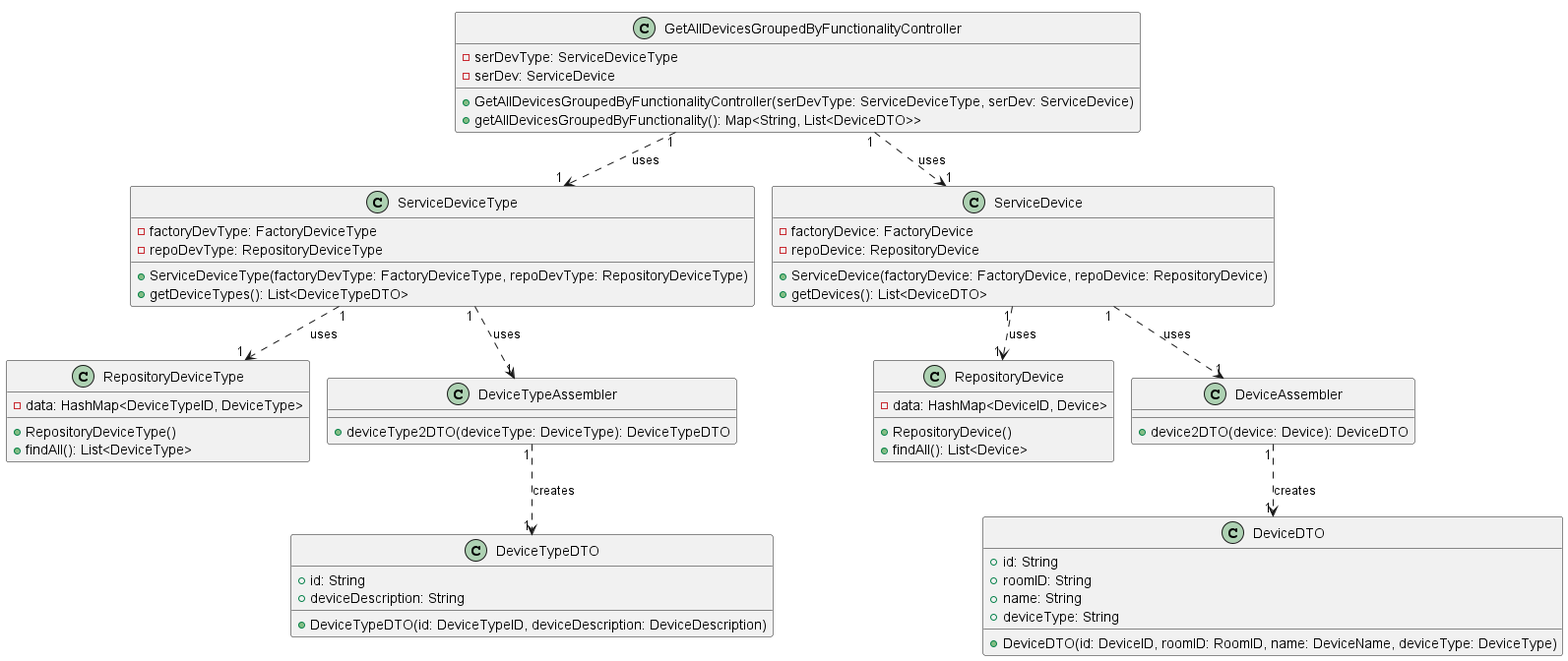
This is docs/ood/classDiagram/US09GetAllDevicesGroupedByFunctionality.png from olivDiogo/SmartHome, a PlantUML export, as it was before one commit. Its diagram source:
```plantuml
@startuml
!pragma layout smetana

class GetAllDevicesGroupedByFunctionalityController {
    -serDevType: ServiceDeviceType
    -serDev: ServiceDevice

    +GetAllDevicesGroupedByFunctionalityController(serDevType: ServiceDeviceType, serDev: ServiceDevice)
    +getAllDevicesGroupedByFunctionality(): Map<String, List<DeviceDTO>>

}

class ServiceDeviceType {
    -factoryDevType: FactoryDeviceType
    -repoDevType: RepositoryDeviceType
    +ServiceDeviceType(factoryDevType: FactoryDeviceType, repoDevType: RepositoryDeviceType)
    +getDeviceTypes(): List<DeviceTypeDTO>
}

class ServiceDevice {
    -factoryDevice: FactoryDevice
    -repoDevice: RepositoryDevice
    +ServiceDevice(factoryDevice: FactoryDevice, repoDevice: RepositoryDevice)
    +getDevices(): List<DeviceDTO>
}

class RepositoryDeviceType {
    -data: HashMap<DeviceTypeID, DeviceType>
    +RepositoryDeviceType()
    +findAll(): List<DeviceType>
}

class RepositoryDevice {
    -data: HashMap<DeviceID, Device>
    +RepositoryDevice()
    +findAll(): List<Device>
}

class DeviceTypeAssembler {
    +deviceType2DTO(deviceType: DeviceType): DeviceTypeDTO
}

class DeviceAssembler {
    +device2DTO(device: Device): DeviceDTO
}

class DeviceTypeDTO {
    +id: String
    +deviceDescription: String
    +DeviceTypeDTO(id: DeviceTypeID, deviceDescription: DeviceDescription)
}

class DeviceDTO {
    +id: String
    +roomID: String
    +name: String
    +deviceType: String
    +DeviceDTO(id: DeviceID, roomID: RoomID, name: DeviceName, deviceType: DeviceType)
}

GetAllDevicesGroupedByFunctionalityController "1" ..> "1" ServiceDeviceType: uses
ServiceDeviceType "1" ..> "1" RepositoryDeviceType: uses
ServiceDeviceType "1" ..> "1" DeviceTypeAssembler: uses
DeviceTypeAssembler "1" ..> "1" DeviceTypeDTO: creates

GetAllDevicesGroupedByFunctionalityController "1" ..> "1" ServiceDevice: uses
ServiceDevice "1" ..> "1" RepositoryDevice: uses
ServiceDevice "1" ..> "1" DeviceAssembler: uses
DeviceAssembler "1" ..> "1" DeviceDTO: creates
@enduml
```
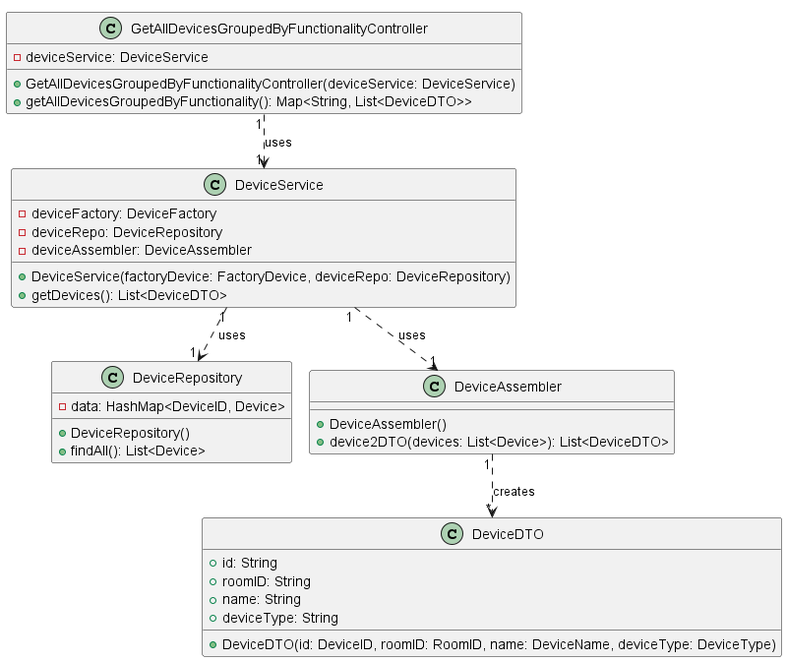
After the change.

What changed in the source:
```diff
@@ -2,52 +2,30 @@
 !pragma layout smetana
 
 class GetAllDevicesGroupedByFunctionalityController {
-    -serDevType: ServiceDeviceType
-    -serDev: ServiceDevice
+    -deviceService: DeviceService
 
-    +GetAllDevicesGroupedByFunctionalityController(serDevType: ServiceDeviceType, serDev: ServiceDevice)
+    +GetAllDevicesGroupedByFunctionalityController(deviceService: DeviceService)
     +getAllDevicesGroupedByFunctionality(): Map<String, List<DeviceDTO>>
 
 }
 
-class ServiceDeviceType {
-    -factoryDevType: FactoryDeviceType
-    -repoDevType: RepositoryDeviceType
-    +ServiceDeviceType(factoryDevType: FactoryDeviceType, repoDevType: RepositoryDeviceType)
-    +getDeviceTypes(): List<DeviceTypeDTO>
-}
-
-class ServiceDevice {
-    -factoryDevice: FactoryDevice
-    -repoDevice: RepositoryDevice
-    +ServiceDevice(factoryDevice: FactoryDevice, repoDevice: RepositoryDevice)
+class DeviceService {
+    -deviceFactory: DeviceFactory
+    -deviceRepo: DeviceRepository
+    -deviceAssembler: DeviceAssembler
+    +DeviceService(factoryDevice: FactoryDevice, deviceRepo: DeviceRepository)
     +getDevices(): List<DeviceDTO>
 }
 
-class RepositoryDeviceType {
-    -data: HashMap<DeviceTypeID, DeviceType>
-    +RepositoryDeviceType()
-    +findAll(): List<DeviceType>
-}
-
-class RepositoryDevice {
+class DeviceRepository {
     -data: HashMap<DeviceID, Device>
-    +RepositoryDevice()
+    +DeviceRepository()
     +findAll(): List<Device>
 }
 
-class DeviceTypeAssembler {
-    +deviceType2DTO(deviceType: DeviceType): DeviceTypeDTO
-}
-
 class DeviceAssembler {
-    +device2DTO(device: Device): DeviceDTO
-}
-
-class DeviceTypeDTO {
-    +id: String
-    +deviceDescription: String
-    +DeviceTypeDTO(id: DeviceTypeID, deviceDescription: DeviceDescription)
+    +DeviceAssembler()
+    +device2DTO(devices: List<Device>): List<DeviceDTO>
 }
 
 class DeviceDTO {
@@ -58,13 +36,8 @@
     +DeviceDTO(id: DeviceID, roomID: RoomID, name: DeviceName, deviceType: DeviceType)
 }
 
-GetAllDevicesGroupedByFunctionalityController "1" ..> "1" ServiceDeviceType: uses
-ServiceDeviceType "1" ..> "1" RepositoryDeviceType: uses
-ServiceDeviceType "1" ..> "1" DeviceTypeAssembler: uses
-DeviceTypeAssembler "1" ..> "1" DeviceTypeDTO: creates
-
-GetAllDevicesGroupedByFunctionalityController "1" ..> "1" ServiceDevice: uses
-ServiceDevice "1" ..> "1" RepositoryDevice: uses
-ServiceDevice "1" ..> "1" DeviceAssembler: uses
-DeviceAssembler "1" ..> "1" DeviceDTO: creates
+GetAllDevicesGroupedByFunctionalityController "1" ..> "1" DeviceService: uses
+DeviceService "1" ..> "1" DeviceRepository: uses
+DeviceService "1" ..> "1" DeviceAssembler: uses
+DeviceAssembler "1" ..> "*" DeviceDTO: creates
 @enduml
```
